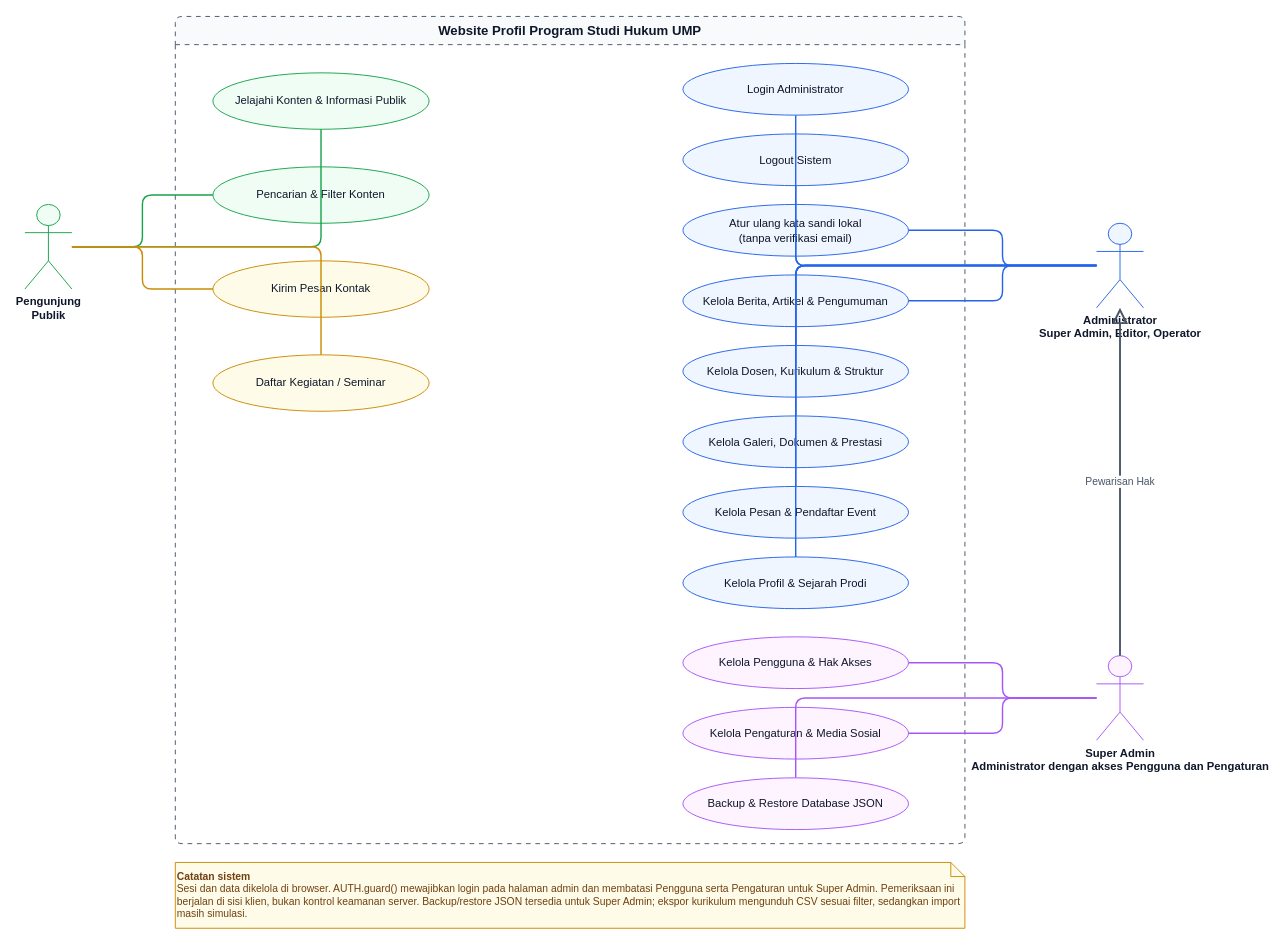
The draw.io diagram page "Use Case Diagram" (8 of 9) of assets/docs/diagrams/drawio/all-diagrams.drawio.xml in ipo-rk/Perancangan-Dan-Pengembangan-website-profil-UMP-, before the edit. Source tidied: cells renumbered, new cells numbered last; positions are measured from the earlier drawing's top-left corner, leaving out a move shared by most shapes. Both pictures are drawn from the tidied source at 94%, with x=0, y=0 at pixel (24, 16).
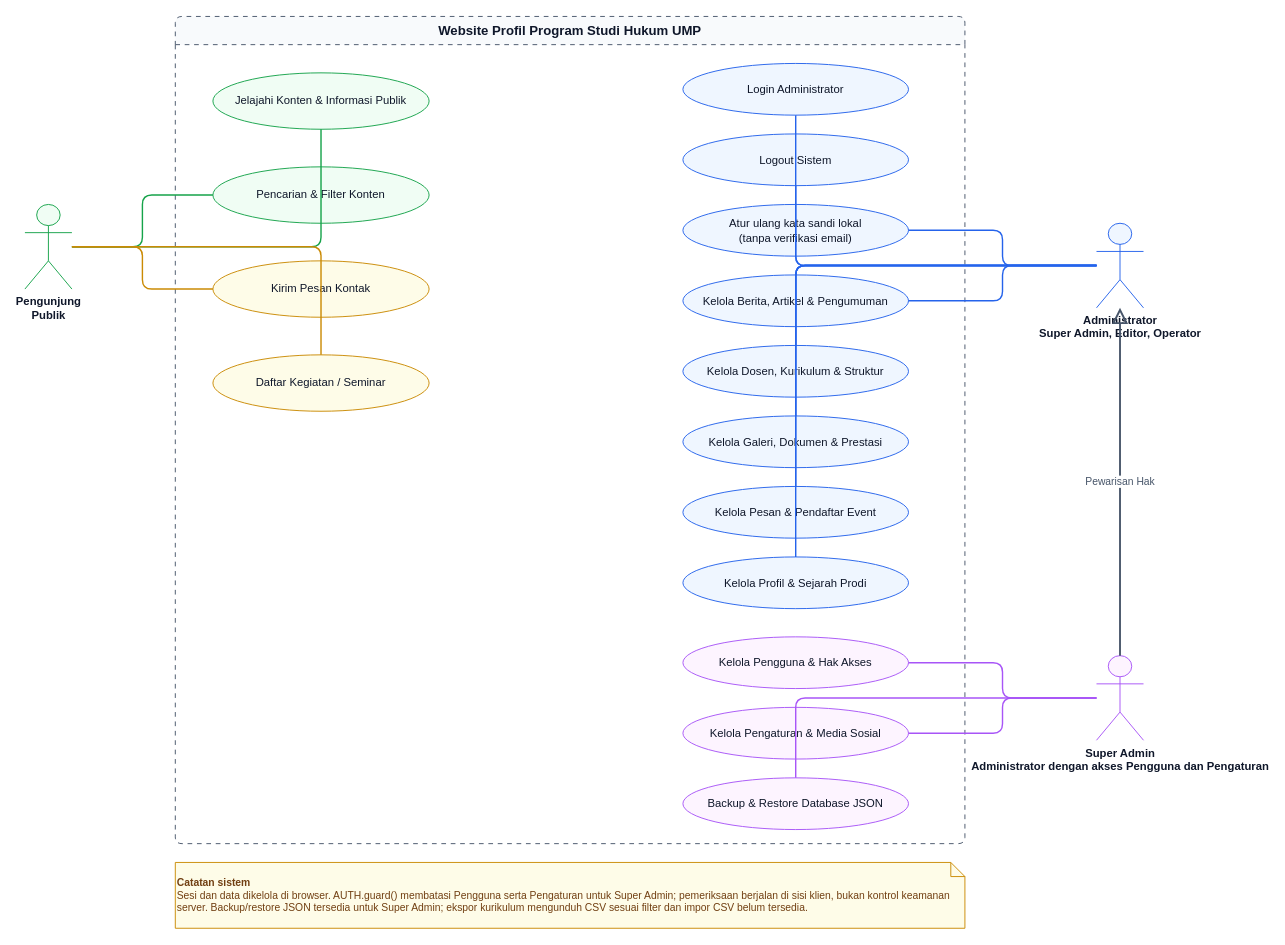
The same page after the edit.

The edit, as a diff of the source:
```diff
@@
-    <mxCell id="37" value="&lt;b&gt;Catatan sistem&lt;/b&gt;&lt;br&gt;Sesi dan data dikelola di browser. AUTH.guard() mewajibkan login pada halaman admin dan membatasi Pengguna serta Pengaturan untuk Super Admin. Pemeriksaan ini berjalan di sisi klien, bukan kontrol keamanan server. Backup/restore JSON tersedia untuk Super Admin; ekspor kurikulum mengunduh CSV sesuai filter, sedangkan import masih simulasi." style="shape=note;whiteSpace=wrap;html=1;size=15;align=left;verticalAlign=middle;fillColor=#fefce8;strokeColor=#ca8a04;fontColor=#713f12;fontSize=11;fontFamily=Arial;" parent="1" vertex="1">
+    <mxCell id="37" value="&lt;b&gt;Catatan sistem&lt;/b&gt;&lt;br/&gt;Sesi dan data dikelola di browser. AUTH.guard() membatasi Pengguna serta Pengaturan untuk Super Admin; pemeriksaan berjalan di sisi klien, bukan kontrol keamanan server. Backup/restore JSON tersedia untuk Super Admin; ekspor kurikulum mengunduh CSV sesuai filter dan impor CSV belum tersedia." style="shape=note;whiteSpace=wrap;html=1;size=15;align=left;verticalAlign=middle;fillColor=#fefce8;strokeColor=#ca8a04;fontColor=#713f12;fontSize=11;fontFamily=Arial;" parent="1" vertex="1">
       <mxGeometry x="160" y="900" width="840" height="70" as="geometry" />
     </mxCell>
```
